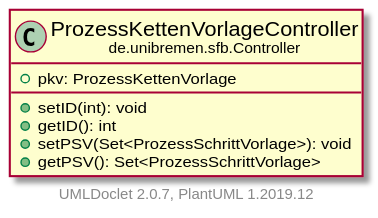
Earlier version of the PlantUML export doc/UML/modulsichtSVG/ProzessKettenVorlageController.svg (fkehlenb/softwareprojekt-2).
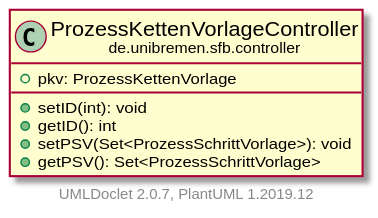
After the commit.

Diff of the diagram source:
```diff
@@ -3,7 +3,7 @@
     hide empty fields
     hide empty methods
 
-    class "<size:14>ProzessKettenVorlageController\n<size:10>de.unibremen.sfb.Controller" as de.unibremen.sfb.Controller.ProzessKettenVorlageController [[ProzessKettenVorlageController.html]] {
+    class "<size:14>ProzessKettenVorlageController\n<size:10>de.unibremen.sfb.controller" as de.unibremen.sfb.controller.ProzessKettenVorlageController [[ProzessKettenVorlageController.html]] {
         +pkv: ProzessKettenVorlage
         +setID(int): void
         +getID(): int
```
